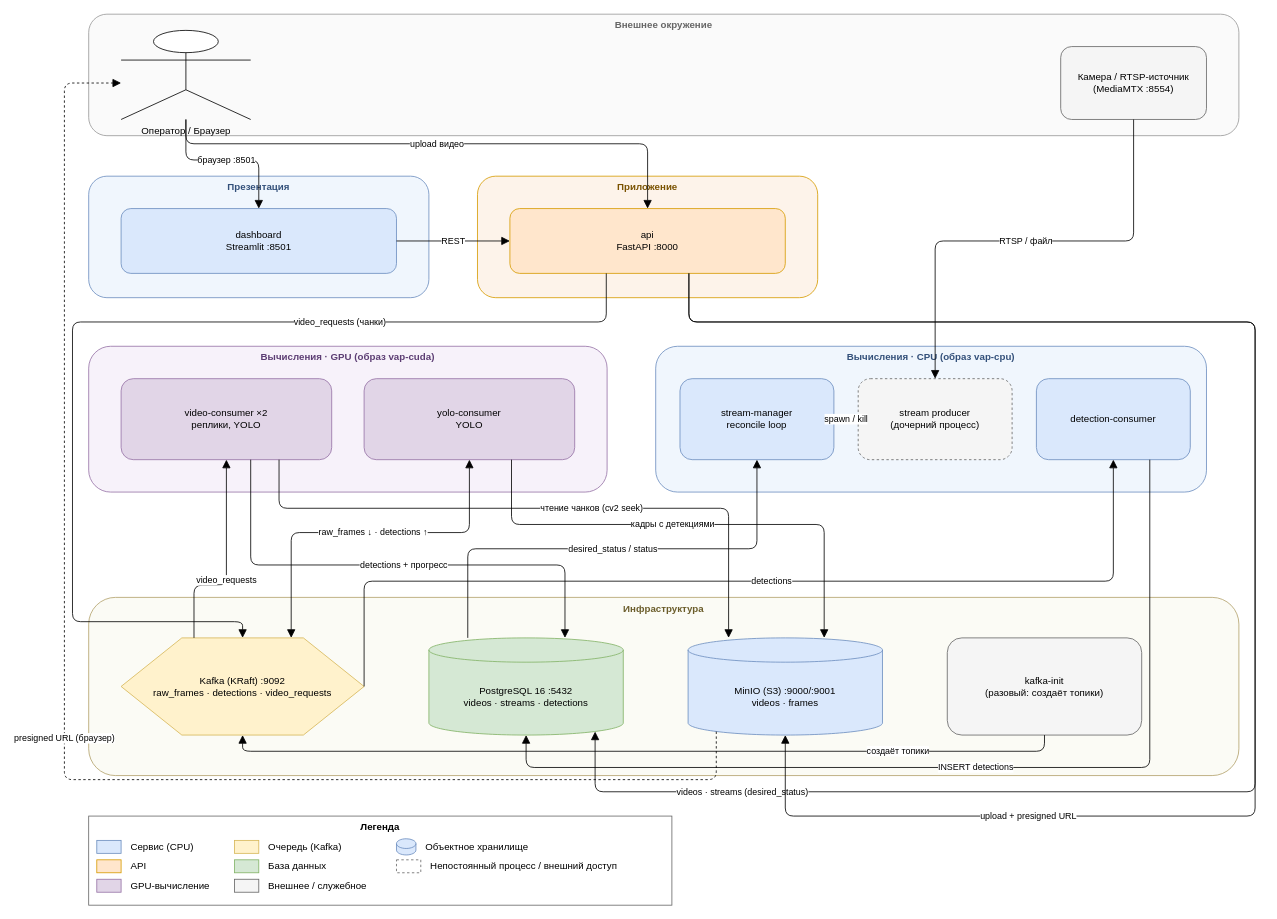
This is docs/diagrams/architecture.drawio from Shazy021/vision-analytics, a draw.io file, before an edit. Source tidied: cells renumbered, new cells numbered last; positions are measured from the earlier drawing's top-left corner, leaving out a move shared by most shapes. Both pictures are drawn from the tidied source at 81%, with x=0, y=0 at pixel (64, 14).
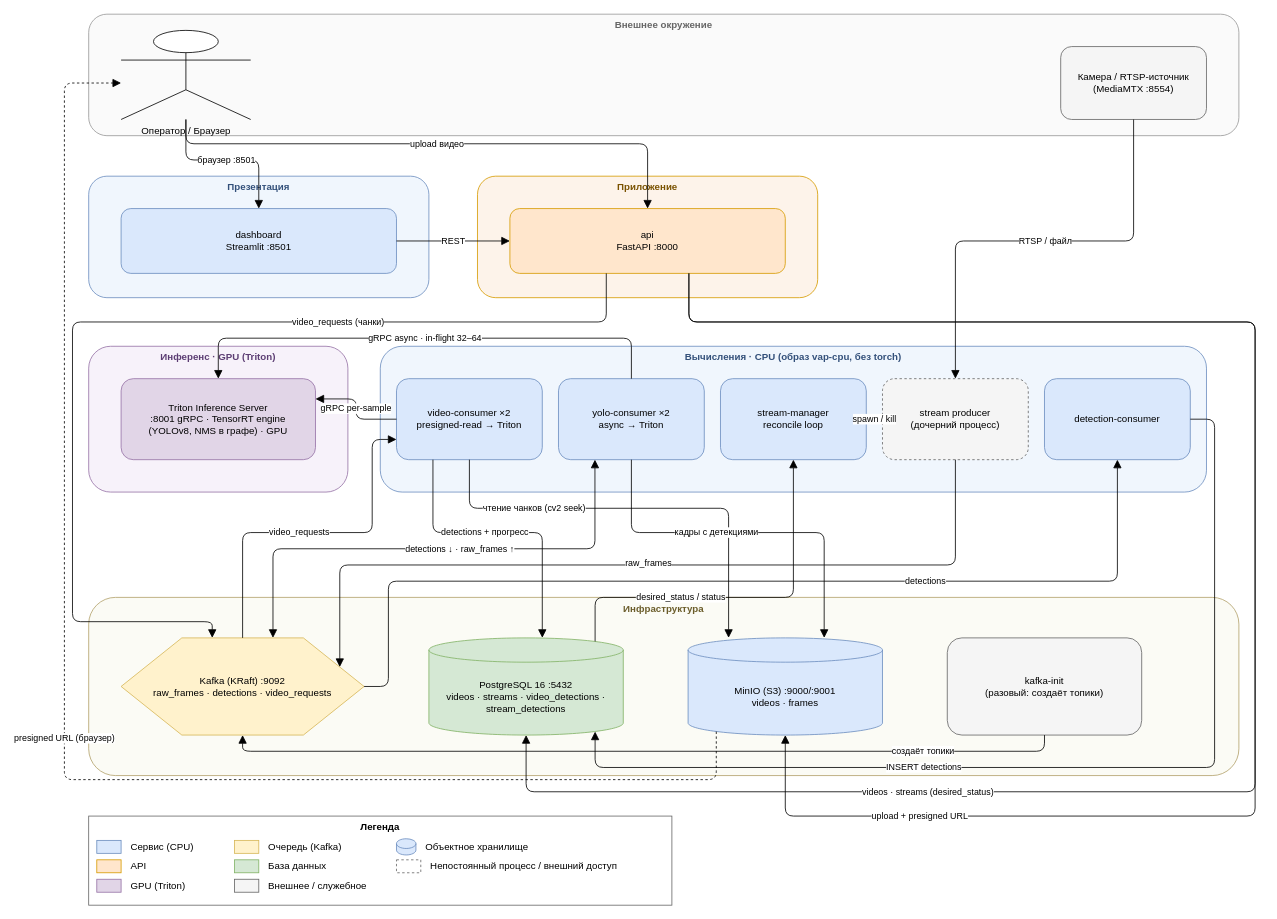
After the change.

Commit message (it also covers changes not shown here):
docs: Triton inference in architecture/dataflow diagrams (gRPC consumers, TensorRT engine)

The change refers to these unchanged cells:
```xml
<mxCell id="4" value="Камера / RTSP-источник&#10;(MediaMTX :8554)" style="rounded=1;whiteSpace=wrap;html=1;fillColor=#f5f5f5;strokeColor=#666666;" parent="2" vertex="1">
  <mxGeometry x="1200" y="40" width="180" height="90" as="geometry" />
</mxCell>
<mxCell id="8" value="api&#10;FastAPI :8000" style="rounded=1;whiteSpace=wrap;html=1;fillColor=#ffe6cc;strokeColor=#d79b00;" parent="7" vertex="1">
  <mxGeometry x="40" y="40" width="340" height="80" as="geometry" />
</mxCell>
<mxCell id="16" value="Инфраструктура" style="rounded=1;whiteSpace=wrap;html=1;verticalAlign=top;fontStyle=1;startSize=30;fillColor=#fbfbf5;strokeColor=#b3a26b;fontColor=#6b5d2b;" parent="1" vertex="1">
  <mxGeometry x="30" y="720" width="1420" height="220" as="geometry" />
</mxCell>
<mxCell id="17" value="Kafka (KRaft) :9092&#10;raw_frames · detections · video_requests" style="shape=hexagon;perimeter=hexagonPerimeter2;whiteSpace=wrap;html=1;fillColor=#fff2cc;strokeColor=#d6b656;" parent="16" vertex="1">
  <mxGeometry x="40" y="50" width="300" height="120" as="geometry" />
</mxCell>
<mxCell id="19" value="MinIO (S3) :9000/:9001&#10;videos · frames" style="shape=cylinder3;whiteSpace=wrap;html=1;boundedLbl=1;fillColor=#dae8fc;strokeColor=#6c8ebf;" parent="16" vertex="1">
  <mxGeometry x="740" y="50" width="240" height="120" as="geometry" />
</mxCell>
<mxCell id="20" value="kafka-init&#10;(разовый: создаёт топики)" style="rounded=1;whiteSpace=wrap;html=1;fillColor=#f5f5f5;strokeColor=#666666;" parent="16" vertex="1">
  <mxGeometry x="1060" y="50" width="240" height="120" as="geometry" />
</mxCell>
<mxCell id="39" value="Легенда" style="rounded=0;whiteSpace=wrap;html=1;fillColor=none;strokeColor=#666666;verticalAlign=top;fontStyle=1;" parent="1" vertex="1">
  <mxGeometry x="30" y="990" width="720" height="110" as="geometry" />
</mxCell>
```

What changed in the source:
```diff
@@
-    <mxCell id="9" value="Вычисления · GPU (образ vap-cuda)" style="rounded=1;whiteSpace=wrap;html=1;verticalAlign=top;fontStyle=1;startSize=30;fillColor=#f7f2fa;strokeColor=#9673a6;fontColor=#5c3d73;" parent="1" vertex="1">
-      <mxGeometry x="30" y="410" width="640" height="180" as="geometry" />
+    <mxCell id="9" value="Инференс · GPU (Triton)" style="rounded=1;whiteSpace=wrap;html=1;verticalAlign=top;fontStyle=1;startSize=30;fillColor=#f7f2fa;strokeColor=#9673a6;fontColor=#5c3d73;" parent="1" vertex="1">
+      <mxGeometry x="30" y="410" width="320" height="180" as="geometry" />
     </mxCell>
+    <mxCell id="56" value="Triton Inference Server&#10;:8001 gRPC · TensorRT engine&#10;(YOLOv8, NMS в графе) · GPU" style="rounded=1;whiteSpace=wrap;html=1;fillColor=#e1d5e7;strokeColor=#9673a6;" parent="9" vertex="1">
+      <mxGeometry x="40" y="40" width="240" height="100" as="geometry" />
+    </mxCell>
+    <mxCell id="12" value="Вычисления · CPU (образ vap-cpu, без torch)" style="rounded=1;whiteSpace=wrap;html=1;verticalAlign=top;fontStyle=1;startSize=30;fillColor=#f0f6fd;strokeColor=#6c8ebf;fontColor=#33507a;" parent="1" vertex="1">
+      <mxGeometry x="390" y="410" width="1020" height="180" as="geometry" />
+    </mxCell>
-    <mxCell id="10" value="video-consumer ×2&#10;реплики, YOLO" style="rounded=1;whiteSpace=wrap;html=1;fillColor=#e1d5e7;strokeColor=#9673a6;" parent="9" vertex="1">
-      <mxGeometry x="40" y="40" width="260" height="100" as="geometry" />
+    <mxCell id="10" value="video-consumer ×2&#10;presigned-read → Triton" style="rounded=1;whiteSpace=wrap;html=1;fillColor=#dae8fc;strokeColor=#6c8ebf;" parent="12" vertex="1">
+      <mxGeometry x="20" y="40" width="180" height="100" as="geometry" />
     </mxCell>
-    <mxCell id="11" value="yolo-consumer&#10;YOLO" style="rounded=1;whiteSpace=wrap;html=1;fillColor=#e1d5e7;strokeColor=#9673a6;" parent="9" vertex="1">
-      <mxGeometry x="340" y="40" width="260" height="100" as="geometry" />
+    <mxCell id="11" value="yolo-consumer ×2&#10;async → Triton" style="rounded=1;whiteSpace=wrap;html=1;fillColor=#dae8fc;strokeColor=#6c8ebf;" parent="12" vertex="1">
+      <mxGeometry x="220" y="40" width="180" height="100" as="geometry" />
     </mxCell>
-    <mxCell id="12" value="Вычисления · CPU (образ vap-cpu)" style="rounded=1;whiteSpace=wrap;html=1;verticalAlign=top;fontStyle=1;startSize=30;fillColor=#f0f6fd;strokeColor=#6c8ebf;fontColor=#33507a;" parent="1" vertex="1">
-      <mxGeometry x="730" y="410" width="680" height="180" as="geometry" />
-    </mxCell>
     <mxCell id="13" value="stream-manager&#10;reconcile loop" style="rounded=1;whiteSpace=wrap;html=1;fillColor=#dae8fc;strokeColor=#6c8ebf;" parent="12" vertex="1">
-      <mxGeometry x="30" y="40" width="190" height="100" as="geometry" />
+      <mxGeometry x="420" y="40" width="180" height="100" as="geometry" />
     </mxCell>
     <mxCell id="14" value="stream producer&#10;(дочерний процесс)" style="rounded=1;whiteSpace=wrap;html=1;dashed=1;fillColor=#f5f5f5;strokeColor=#666666;" parent="12" vertex="1">
-      <mxGeometry x="250" y="40" width="190" height="100" as="geometry" />
+      <mxGeometry x="620" y="40" width="180" height="100" as="geometry" />
     </mxCell>
     <mxCell id="15" value="detection-consumer" style="rounded=1;whiteSpace=wrap;html=1;fillColor=#dae8fc;strokeColor=#6c8ebf;" parent="12" vertex="1">
-      <mxGeometry x="470" y="40" width="190" height="100" as="geometry" />
+      <mxGeometry x="820" y="40" width="180" height="100" as="geometry" />
     </mxCell>
@@
-    <mxCell id="18" value="PostgreSQL 16 :5432&#10;videos · streams · detections" style="shape=cylinder3;whiteSpace=wrap;html=1;boundedLbl=1;fillColor=#d5e8d4;strokeColor=#82b366;" parent="16" vertex="1">
+    <mxCell id="18" value="PostgreSQL 16 :5432&#10;videos · streams · video_detections · stream_detections" style="shape=cylinder3;whiteSpace=wrap;html=1;boundedLbl=1;fillColor=#d5e8d4;strokeColor=#82b366;" parent="16" vertex="1">
       <mxGeometry x="420" y="50" width="240" height="120" as="geometry" />
     </mxCell>
@@
-    <mxCell id="24" value="video_requests (чанки)" style="edgeStyle=orthogonalEdgeStyle;rounded=1;jettySize=auto;html=1;endArrow=block;endSize=8;" parent="1" edge="1" source="8" target="17">
-      <mxGeometry x="-0.41" relative="1" as="geometry">
+    <mxCell id="24" value="video_requests (чанки)" style="edgeStyle=orthogonalEdgeStyle;rounded=1;jettySize=auto;html=1;endArrow=block;endSize=8;entryX=0.375;entryY=0;entryDx=0;entryDy=0;" parent="1" edge="1" source="8" target="17">
+      <mxGeometry x="-0.39" relative="1" as="geometry">
         <Array as="points">
           <mxPoint x="669" y="380" />
           <mxPoint x="10" y="380" />
           <mxPoint x="10" y="750" />
-          <mxPoint x="220" y="750" />
+          <mxPoint x="182.5" y="750" />
         </Array>
       </mxGeometry>
     </mxCell>
-    <mxCell id="25" value="videos · streams (desired_status)" style="edgeStyle=orthogonalEdgeStyle;rounded=1;jettySize=auto;html=1;endArrow=block;endSize=8;entryX=0.855;entryY=1;entryDx=0;entryDy=-4.35;entryPerimeter=0;" parent="1" edge="1" source="8" target="18">
-      <mxGeometry x="0.77" relative="1" as="geometry">
+    <mxCell id="25" value="videos · streams (desired_status)" style="edgeStyle=orthogonalEdgeStyle;rounded=1;jettySize=auto;html=1;endArrow=block;endSize=8;entryX=0.5;entryY=1;entryDx=0;entryDy=0;entryPerimeter=0;" parent="1" edge="1" source="8" target="18">
+      <mxGeometry x="0.51" relative="1" as="geometry">
         <Array as="points">
           <mxPoint x="771" y="380" />
           <mxPoint x="1470" y="380" />
           <mxPoint x="1470" y="960" />
-          <mxPoint x="655.2" y="960" />
+          <mxPoint x="570" y="960" />
         </Array>
       </mxGeometry>
     </mxCell>
     <mxCell id="26" value="upload + presigned URL" style="edgeStyle=orthogonalEdgeStyle;rounded=1;jettySize=auto;html=1;endArrow=block;endSize=8;" parent="1" edge="1" source="8" target="19">
-      <mxGeometry x="0.61" relative="1" as="geometry">
+      <mxGeometry x="0.74" relative="1" as="geometry">
         <Array as="points">
           <mxPoint x="771" y="380" />
           <mxPoint x="1470" y="380" />
           <mxPoint x="1470" y="990" />
           <mxPoint x="890" y="990" />
         </Array>
       </mxGeometry>
     </mxCell>
-    <mxCell id="27" value="video_requests" style="edgeStyle=orthogonalEdgeStyle;rounded=1;jettySize=auto;html=1;endArrow=block;endSize=8;" parent="1" edge="1" source="17" target="10">
-      <mxGeometry x="-0.15" relative="1" as="geometry">
+    <mxCell id="27" value="video_requests" style="edgeStyle=orthogonalEdgeStyle;rounded=1;jettySize=auto;html=1;endArrow=block;endSize=8;entryX=0;entryY=0.75;entryDx=0;entryDy=0;exitX=0.5;exitY=0;exitDx=0;exitDy=0;" parent="1" edge="1" source="17" target="10">
+      <mxGeometry x="-0.08" relative="1" as="geometry">
         <Array as="points">
-          <mxPoint x="160" y="705" />
-          <mxPoint x="200" y="705" />
+          <mxPoint x="220" y="640" />
+          <mxPoint x="380" y="640" />
+          <mxPoint x="380" y="525" />
         </Array>
       </mxGeometry>
     </mxCell>
-    <mxCell id="28" value="чтение чанков (cv2 seek)" style="edgeStyle=orthogonalEdgeStyle;rounded=1;jettySize=auto;html=1;endArrow=block;endSize=8;" parent="1" edge="1" source="10" target="19">
-      <mxGeometry x="0.15" relative="1" as="geometry">
+    <mxCell id="28" value="чтение чанков (cv2 seek)" style="edgeStyle=orthogonalEdgeStyle;rounded=1;jettySize=auto;html=1;endArrow=block;endSize=8;exitX=0.5;exitY=1;exitDx=0;exitDy=0;" parent="1" edge="1" source="10" target="19">
+      <mxGeometry x="-0.48" relative="1" as="geometry">
         <Array as="points">
-          <mxPoint x="265" y="610" />
+          <mxPoint x="500" y="610" />
           <mxPoint x="820" y="610" />
         </Array>
       </mxGeometry>
     </mxCell>
-    <mxCell id="29" value="detections + прогресс" style="edgeStyle=orthogonalEdgeStyle;rounded=1;jettySize=auto;html=1;endArrow=block;endSize=8;" parent="1" edge="1" source="10" target="18">
-      <mxGeometry x="0.05" relative="1" as="geometry">
+    <mxCell id="29" value="detections + прогресс" style="edgeStyle=orthogonalEdgeStyle;rounded=1;jettySize=auto;html=1;endArrow=block;endSize=8;exitX=0.25;exitY=1;exitDx=0;exitDy=0;" parent="1" edge="1" source="10" target="18">
+      <mxGeometry x="-0.13" relative="1" as="geometry">
         <Array as="points">
-          <mxPoint x="230" y="680" />
-          <mxPoint x="618" y="680" />
+          <mxPoint x="455" y="640" />
+          <mxPoint x="590" y="640" />
         </Array>
       </mxGeometry>
     </mxCell>
-    <mxCell id="30" value="raw_frames ↓ · detections ↑" style="edgeStyle=orthogonalEdgeStyle;rounded=1;jettySize=auto;html=1;startArrow=block;startSize=8;endArrow=block;endSize=8;" parent="1" edge="1" source="17" target="11">
-      <mxGeometry x="0.05" relative="1" as="geometry">
-        <Array as="points">
-          <mxPoint x="280" y="640" />
-          <mxPoint x="500" y="640" />
-        </Array>
-      </mxGeometry>
+    <mxCell id="30" value="detections&amp;nbsp;↓ · raw_frames&amp;nbsp;↑" style="edgeStyle=orthogonalEdgeStyle;rounded=1;jettySize=auto;html=1;startArrow=block;startSize=8;endArrow=block;endSize=8;entryX=0.25;entryY=1;entryDx=0;entryDy=0;exitX=0.625;exitY=0;exitDx=0;exitDy=0;" parent="1" edge="1" source="17" target="11">
+      <mxGeometry x="0.1" relative="1" as="geometry" />
     </mxCell>
+    <mxCell id="57" value="gRPC per-sample" style="edgeStyle=orthogonalEdgeStyle;rounded=1;jettySize=auto;html=1;endArrow=block;endSize=8;exitX=0;exitY=0.5;exitDx=0;exitDy=0;entryX=1;entryY=0.25;entryDx=0;entryDy=0;" parent="1" edge="1" source="10" target="56">
+      <mxGeometry relative="1" as="geometry" />
+    </mxCell>
+    <mxCell id="58" value="gRPC async · in-flight 32–64" style="edgeStyle=orthogonalEdgeStyle;rounded=1;jettySize=auto;html=1;endArrow=block;endSize=8;exitX=0.5;exitY=0;exitDx=0;exitDy=0;entryX=0.5;entryY=0;entryDx=0;entryDy=0;" parent="1" edge="1" source="11" target="56">
+      <mxGeometry relative="1" as="geometry">
+        <Array as="points">
+          <mxPoint x="700" y="400" />
+          <mxPoint x="190" y="400" />
+        </Array>
+      </mxGeometry>
+    </mxCell>
-    <mxCell id="31" value="кадры с детекциями" style="edgeStyle=orthogonalEdgeStyle;rounded=1;jettySize=auto;html=1;endArrow=block;endSize=8;" parent="1" edge="1" source="11" target="19">
-      <mxGeometry x="-0.08" relative="1" as="geometry">
+    <mxCell id="31" value="кадры с детекциями" style="edgeStyle=orthogonalEdgeStyle;rounded=1;jettySize=auto;html=1;endArrow=block;endSize=8;exitX=0.5;exitY=1;exitDx=0;exitDy=0;" parent="1" edge="1" source="11" target="19">
+      <mxGeometry x="-0.15" relative="1" as="geometry">
         <Array as="points">
-          <mxPoint x="552" y="630" />
-          <mxPoint x="938" y="630" />
+          <mxPoint x="700" y="640" />
+          <mxPoint x="938" y="640" />
         </Array>
       </mxGeometry>
     </mxCell>
     <mxCell id="32" value="detections" style="edgeStyle=orthogonalEdgeStyle;rounded=1;jettySize=auto;html=1;endArrow=block;endSize=8;exitX=1;exitY=0.5;exitDx=0;exitDy=0;" parent="1" edge="1" source="17" target="15">
-      <mxGeometry x="0.05" relative="1" as="geometry">
+      <mxGeometry x="0.36" relative="1" as="geometry">
         <Array as="points">
-          <mxPoint x="370" y="700" />
-          <mxPoint x="1295" y="700" />
+          <mxPoint x="400" y="830" />
+          <mxPoint x="400" y="700" />
+          <mxPoint x="1300" y="700" />
         </Array>
       </mxGeometry>
     </mxCell>
-    <mxCell id="33" value="INSERT detections" style="edgeStyle=orthogonalEdgeStyle;rounded=1;jettySize=auto;html=1;endArrow=block;endSize=8;" parent="1" edge="1" source="15" target="18">
-      <mxGeometry relative="1" as="geometry">
+    <mxCell id="33" value="INSERT detections" style="edgeStyle=orthogonalEdgeStyle;rounded=1;jettySize=auto;html=1;endArrow=block;endSize=8;exitX=1;exitY=0.5;exitDx=0;exitDy=0;entryX=0.855;entryY=1;entryDx=0;entryDy=-4.35;entryPerimeter=0;" parent="1" edge="1" source="15" target="18">
+      <mxGeometry x="0.29" relative="1" as="geometry">
         <Array as="points">
-          <mxPoint x="1340" y="550" />
-          <mxPoint x="1340" y="930" />
-          <mxPoint x="570" y="930" />
+          <mxPoint x="1420" y="500" />
+          <mxPoint x="1420" y="930" />
+          <mxPoint x="655.2" y="930" />
         </Array>
       </mxGeometry>
     </mxCell>
-    <mxCell id="34" value="desired_status / status" style="edgeStyle=orthogonalEdgeStyle;rounded=1;jettySize=auto;html=1;endArrow=block;endSize=8;" parent="1" edge="1" source="18" target="13">
-      <mxGeometry relative="1" as="geometry">
+    <mxCell id="34" value="desired_status / status" style="edgeStyle=orthogonalEdgeStyle;rounded=1;jettySize=auto;html=1;endArrow=block;endSize=8;exitX=0.855;exitY=0;exitDx=0;exitDy=4.35;exitPerimeter=0;" parent="1" edge="1" source="18" target="13">
+      <mxGeometry x="-0.32" relative="1" as="geometry">
         <Array as="points">
-          <mxPoint x="498" y="660" />
-          <mxPoint x="855" y="660" />
+          <mxPoint x="655.2" y="720" />
+          <mxPoint x="900" y="720" />
         </Array>
       </mxGeometry>
     </mxCell>
@@
-    <mxCell id="36" value="RTSP / файл" style="edgeStyle=orthogonalEdgeStyle;rounded=1;jettySize=auto;html=1;endArrow=block;endSize=8;" parent="1" edge="1" source="4" target="14">
-      <mxGeometry relative="1" as="geometry">
+    <mxCell id="36" value="RTSP / файл" style="edgeStyle=orthogonalEdgeStyle;rounded=1;jettySize=auto;html=1;endArrow=block;endSize=8;entryX=0.5;entryY=0;entryDx=0;entryDy=0;" parent="1" edge="1" source="4" target="14">
+      <mxGeometry x="-0.04" relative="1" as="geometry">
         <Array as="points">
           <mxPoint x="1320" y="280" />
-          <mxPoint x="1075" y="280" />
+          <mxPoint x="1100" y="280" />
         </Array>
       </mxGeometry>
     </mxCell>
     <mxCell id="37" value="создаёт топики" style="edgeStyle=orthogonalEdgeStyle;rounded=1;jettySize=auto;html=1;endArrow=block;endSize=8;" parent="1" edge="1" source="20" target="17">
-      <mxGeometry x="-0.61" relative="1" as="geometry">
+      <mxGeometry x="-0.67" relative="1" as="geometry">
         <Array as="points">
           <mxPoint x="1210" y="910" />
           <mxPoint x="220" y="910" />
         </Array>
       </mxGeometry>
     </mxCell>
@@
-    <mxCell id="45" value="GPU-вычисление" style="text;html=1;align=left;verticalAlign=middle;" parent="39" vertex="1">
+    <mxCell id="45" value="GPU (Triton)" style="text;html=1;align=left;verticalAlign=middle;" parent="39" vertex="1">
       <mxGeometry x="50" y="76" width="120" height="20" as="geometry" />
     </mxCell>
@@
+    <mxCell id="59" style="edgeStyle=orthogonalEdgeStyle;rounded=1;jettySize=auto;html=1;entryX=1;entryY=0.25;entryDx=0;entryDy=0;strokeColor=default;align=center;verticalAlign=middle;fontFamily=Helvetica;fontSize=11;fontColor=default;labelBackgroundColor=default;endArrow=block;endSize=8;" parent="1" edge="1" source="14" target="17">
+      <mxGeometry relative="1" as="geometry">
+        <Array as="points">
+          <mxPoint x="1100" y="680" />
+          <mxPoint x="340" y="680" />
+        </Array>
+      </mxGeometry>
+    </mxCell>
+    <mxCell id="60" value="raw_frames" style="edgeLabel;html=1;align=center;verticalAlign=middle;inheritText=1;" parent="59" vertex="1">
+      <mxGeometry x="-0.04" y="-3" relative="1" as="geometry">
+        <mxPoint x="-22" as="offset" />
+      </mxGeometry>
+    </mxCell>
```
